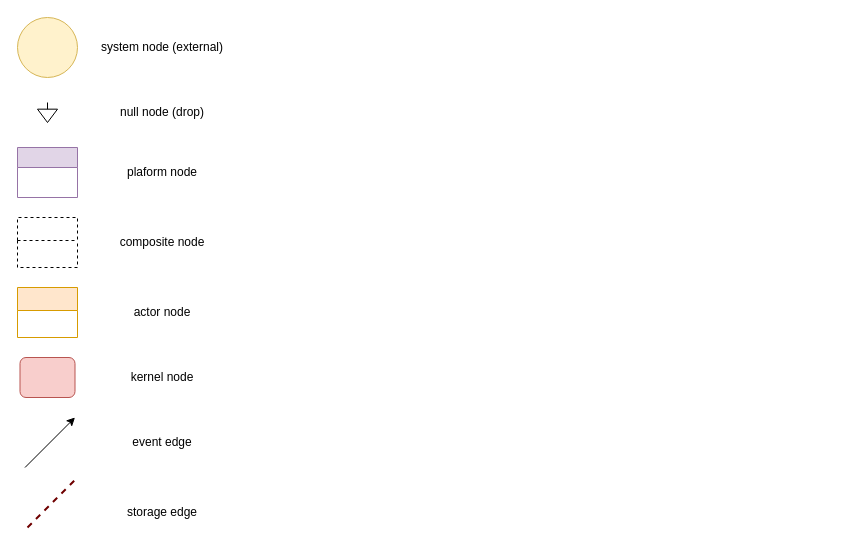
Earlier version of the draw.io diagram page "legend" (4 of 6) of example/prod-cons/docs/pc.drawio (Ericsson/zoti). Source tidied: cells renumbered, new cells numbered last; positions are measured from the earlier drawing's top-left corner, leaving out a move shared by most shapes. Both pictures are drawn from the tidied source at 100%, with x=0, y=0 at pixel (17, 17).
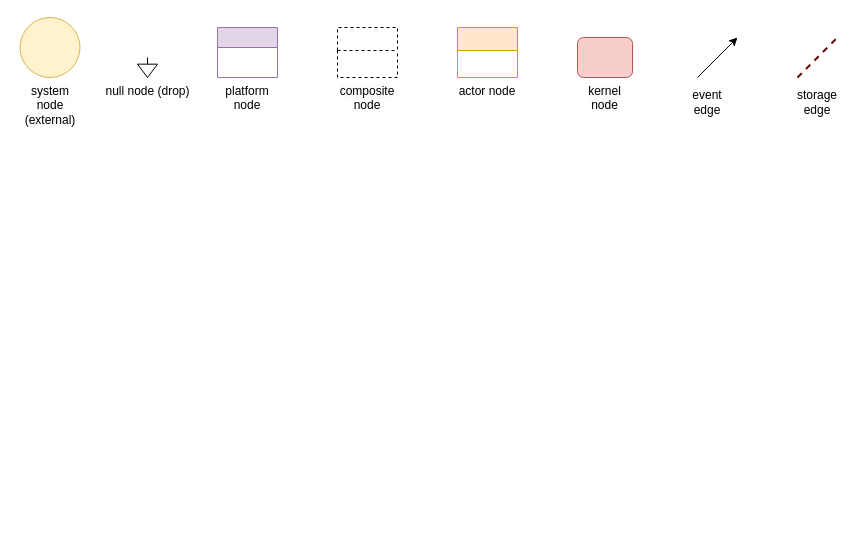
The same diagram, later.

The edit, as a diff of the source:
```diff
@@
 <mxGraphModel>
   <root>
     <mxCell id="0" />
     <mxCell id="1" parent="0" />
-    <mxCell id="2" style="ellipse;whiteSpace=wrap;html=1;fillColor=#fff2cc;strokeColor=#d6b656;" parent="1" vertex="1">
-      <mxGeometry width="60" height="60" as="geometry" />
+    <mxCell id="2" value="&lt;span style=&quot;color: rgb(0, 0, 0); font-family: Helvetica; font-size: 12px; font-style: normal; font-variant-ligatures: normal; font-variant-caps: normal; font-weight: 400; letter-spacing: normal; orphans: 2; text-align: center; text-indent: 0px; text-transform: none; widows: 2; word-spacing: 0px; -webkit-text-stroke-width: 0px; background-color: rgb(251, 251, 251); text-decoration-thickness: initial; text-decoration-style: initial; text-decoration-color: initial; float: none; display: inline !important;&quot;&gt;system node (external)&lt;/span&gt;" style="ellipse;whiteSpace=wrap;html=1;fillColor=#fff2cc;strokeColor=#d6b656;labelPosition=center;verticalLabelPosition=bottom;align=center;verticalAlign=top;" parent="1" vertex="1">
+      <mxGeometry x="2.5" width="60" height="60" as="geometry" />
     </mxCell>
-    <mxCell id="3" value="system node (external)" style="text;html=1;strokeColor=none;fillColor=none;align=center;verticalAlign=middle;whiteSpace=wrap;rounded=0;" parent="1" vertex="1">
-      <mxGeometry x="75" y="15" width="140" height="30" as="geometry" />
-    </mxCell>
-    <mxCell id="4" style="verticalLabelPosition=bottom;shadow=0;dashed=0;align=center;html=1;verticalAlign=top;shape=mxgraph.electrical.signal_sources.signal_ground;" parent="1" vertex="1">
-      <mxGeometry x="20" y="85" width="20" height="20" as="geometry" />
+    <mxCell id="4" value="null node (drop)" style="verticalLabelPosition=bottom;shadow=0;dashed=0;align=center;html=1;verticalAlign=top;shape=mxgraph.electrical.signal_sources.signal_ground;" parent="1" vertex="1">
+      <mxGeometry x="120" y="40" width="20" height="20" as="geometry" />
     </mxCell>
-    <mxCell id="5" value="null node (drop)" style="text;html=1;strokeColor=none;fillColor=none;align=center;verticalAlign=middle;whiteSpace=wrap;rounded=0;" parent="1" vertex="1">
-      <mxGeometry x="75" y="80" width="140" height="30" as="geometry" />
-    </mxCell>
-    <mxCell id="6" style="swimlane;whiteSpace=wrap;html=1;dashed=1;" parent="1" vertex="1">
-      <mxGeometry y="200" width="60" height="50" as="geometry" />
+    <mxCell id="6" value="&lt;span style=&quot;color: rgb(0, 0, 0); font-family: Helvetica; font-size: 12px; font-style: normal; font-variant-ligatures: normal; font-variant-caps: normal; font-weight: 400; letter-spacing: normal; orphans: 2; text-align: center; text-indent: 0px; text-transform: none; widows: 2; word-spacing: 0px; -webkit-text-stroke-width: 0px; background-color: rgb(251, 251, 251); text-decoration-thickness: initial; text-decoration-style: initial; text-decoration-color: initial; float: none; display: inline !important;&quot;&gt;composite node&lt;/span&gt;" style="swimlane;whiteSpace=wrap;html=1;dashed=1;startSize=23;labelPosition=center;verticalLabelPosition=bottom;align=center;verticalAlign=top;" parent="1" vertex="1">
+      <mxGeometry x="320" y="10" width="60" height="50" as="geometry" />
     </mxCell>
-    <mxCell id="7" style="swimlane;whiteSpace=wrap;html=1;fillColor=#ffe6cc;strokeColor=#d79b00;startSize=23;" parent="1" vertex="1">
-      <mxGeometry y="270" width="60" height="50" as="geometry" />
+    <mxCell id="7" value="actor node" style="swimlane;whiteSpace=wrap;html=1;fillColor=#ffe6cc;strokeColor=#d79b00;startSize=23;labelPosition=center;verticalLabelPosition=bottom;align=center;verticalAlign=top;fontStyle=0;" parent="1" vertex="1">
+      <mxGeometry x="440" y="10" width="60" height="50" as="geometry" />
     </mxCell>
-    <mxCell id="8" value="composite node" style="text;html=1;strokeColor=none;fillColor=none;align=center;verticalAlign=middle;whiteSpace=wrap;rounded=0;" parent="1" vertex="1">
-      <mxGeometry x="75" y="210" width="140" height="30" as="geometry" />
-    </mxCell>
-    <mxCell id="9" style="rounded=1;whiteSpace=wrap;html=1;fillColor=#f8cecc;strokeColor=#b85450;" parent="1" vertex="1">
-      <mxGeometry x="2.5" y="340" width="55" height="40" as="geometry" />
+    <mxCell id="9" value="&lt;span style=&quot;color: rgb(0, 0, 0); font-family: Helvetica; font-size: 12px; font-style: normal; font-variant-ligatures: normal; font-variant-caps: normal; font-weight: 400; letter-spacing: normal; orphans: 2; text-align: center; text-indent: 0px; text-transform: none; widows: 2; word-spacing: 0px; -webkit-text-stroke-width: 0px; background-color: rgb(251, 251, 251); text-decoration-thickness: initial; text-decoration-style: initial; text-decoration-color: initial; float: none; display: inline !important;&quot;&gt;kernel node&lt;/span&gt;" style="rounded=1;whiteSpace=wrap;html=1;fillColor=#f8cecc;strokeColor=#b85450;labelPosition=center;verticalLabelPosition=bottom;align=center;verticalAlign=top;" parent="1" vertex="1">
+      <mxGeometry x="560" y="20" width="55" height="40" as="geometry" />
     </mxCell>
-    <mxCell id="10" value="actor node" style="text;html=1;strokeColor=none;fillColor=none;align=center;verticalAlign=middle;whiteSpace=wrap;rounded=0;" parent="1" vertex="1">
-      <mxGeometry x="75" y="280" width="140" height="30" as="geometry" />
-    </mxCell>
-    <mxCell id="11" value="kernel node" style="text;html=1;strokeColor=none;fillColor=none;align=center;verticalAlign=middle;whiteSpace=wrap;rounded=0;" parent="1" vertex="1">
-      <mxGeometry x="75" y="345" width="140" height="30" as="geometry" />
-    </mxCell>
-    <mxCell id="12" style="swimlane;whiteSpace=wrap;html=1;fillColor=#e1d5e7;strokeColor=#9673a6;startSize=20;" parent="1" vertex="1">
-      <mxGeometry y="130" width="60" height="50" as="geometry" />
+    <mxCell id="12" value="platform node" style="swimlane;whiteSpace=wrap;html=1;fillColor=#e1d5e7;strokeColor=#9673a6;startSize=20;labelPosition=center;verticalLabelPosition=bottom;align=center;verticalAlign=top;fontStyle=0;" parent="1" vertex="1">
+      <mxGeometry x="200" y="10" width="60" height="50" as="geometry" />
     </mxCell>
-    <mxCell id="13" value="plaform node" style="text;html=1;strokeColor=none;fillColor=none;align=center;verticalAlign=middle;whiteSpace=wrap;rounded=0;" parent="1" vertex="1">
-      <mxGeometry x="75" y="140" width="140" height="30" as="geometry" />
-    </mxCell>
     <mxCell id="14" style="endArrow=classic;html=1;rounded=0;" parent="1" edge="1">
       <mxGeometry relative="1" as="geometry">
-        <mxPoint x="7.5" y="450" as="sourcePoint" />
-        <mxPoint x="57.5" y="400" as="targetPoint" />
+        <mxPoint x="680" y="60" as="sourcePoint" />
+        <mxPoint x="720" y="20" as="targetPoint" />
       </mxGeometry>
     </mxCell>
     <mxCell id="15" value="event edge" style="text;html=1;strokeColor=none;fillColor=none;align=center;verticalAlign=middle;whiteSpace=wrap;rounded=0;" parent="1" vertex="1">
-      <mxGeometry x="75" y="410" width="140" height="30" as="geometry" />
+      <mxGeometry x="660" y="70" width="60" height="30" as="geometry" />
     </mxCell>
     <mxCell id="16" style="endArrow=none;html=1;rounded=0;dashed=1;fillColor=#a20025;strokeColor=#6F0000;strokeWidth=2;" parent="1" edge="1">
       <mxGeometry relative="1" as="geometry">
-        <mxPoint x="10" y="510" as="sourcePoint" />
-        <mxPoint x="60" y="460" as="targetPoint" />
+        <mxPoint x="780" y="60" as="sourcePoint" />
+        <mxPoint x="820" y="20" as="targetPoint" />
       </mxGeometry>
     </mxCell>
     <mxCell id="17" value="storage edge" style="text;html=1;strokeColor=none;fillColor=none;align=center;verticalAlign=middle;whiteSpace=wrap;rounded=0;" parent="1" vertex="1">
-      <mxGeometry x="75" y="480" width="140" height="30" as="geometry" />
+      <mxGeometry x="770" y="70" width="60" height="30" as="geometry" />
     </mxCell>
   </root>
 </mxGraphModel>
```
